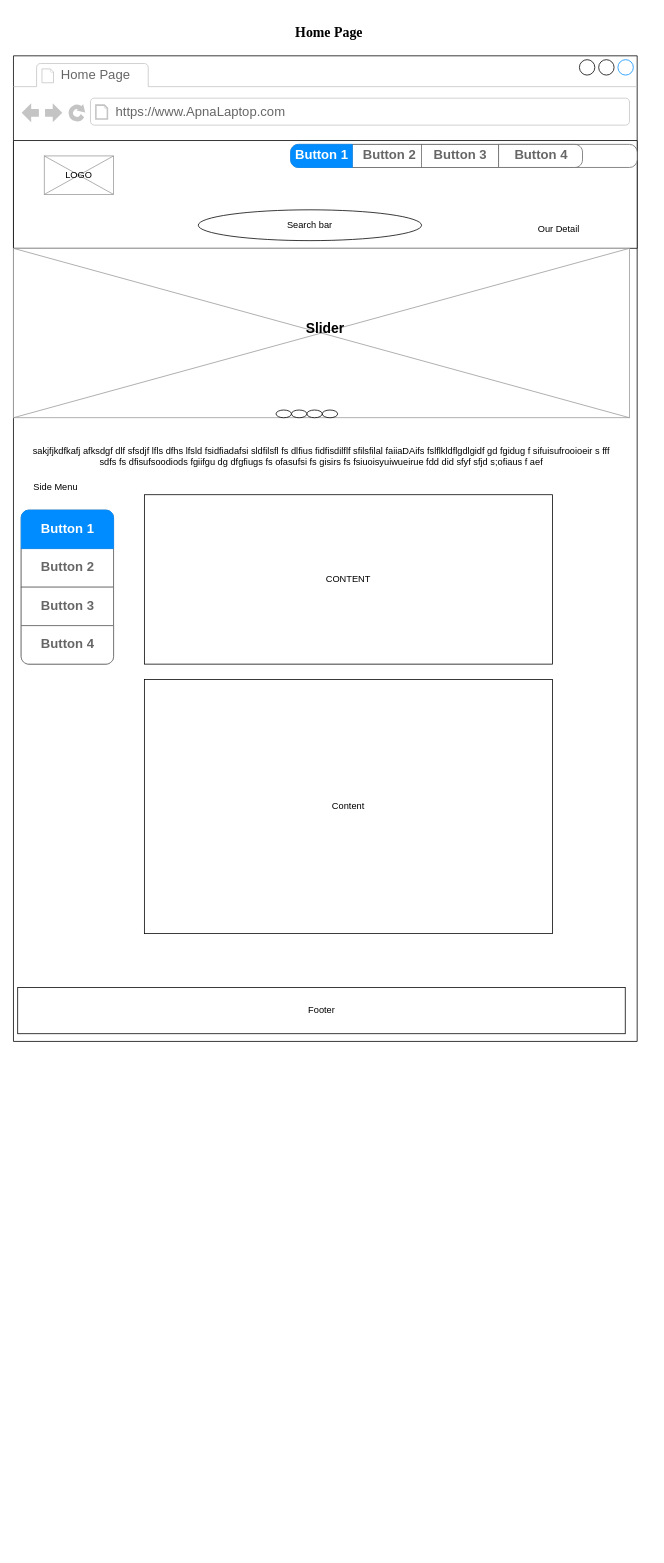
Before: HomePage.drawio in Hamza8479/Wireframe, a draw.io diagram. Source tidied: cells renumbered, new cells numbered last; positions are measured from the earlier drawing's top-left corner, leaving out a move shared by most shapes. Both pictures are drawn from the tidied source at 77%, with x=0, y=0 at pixel (13, 25).
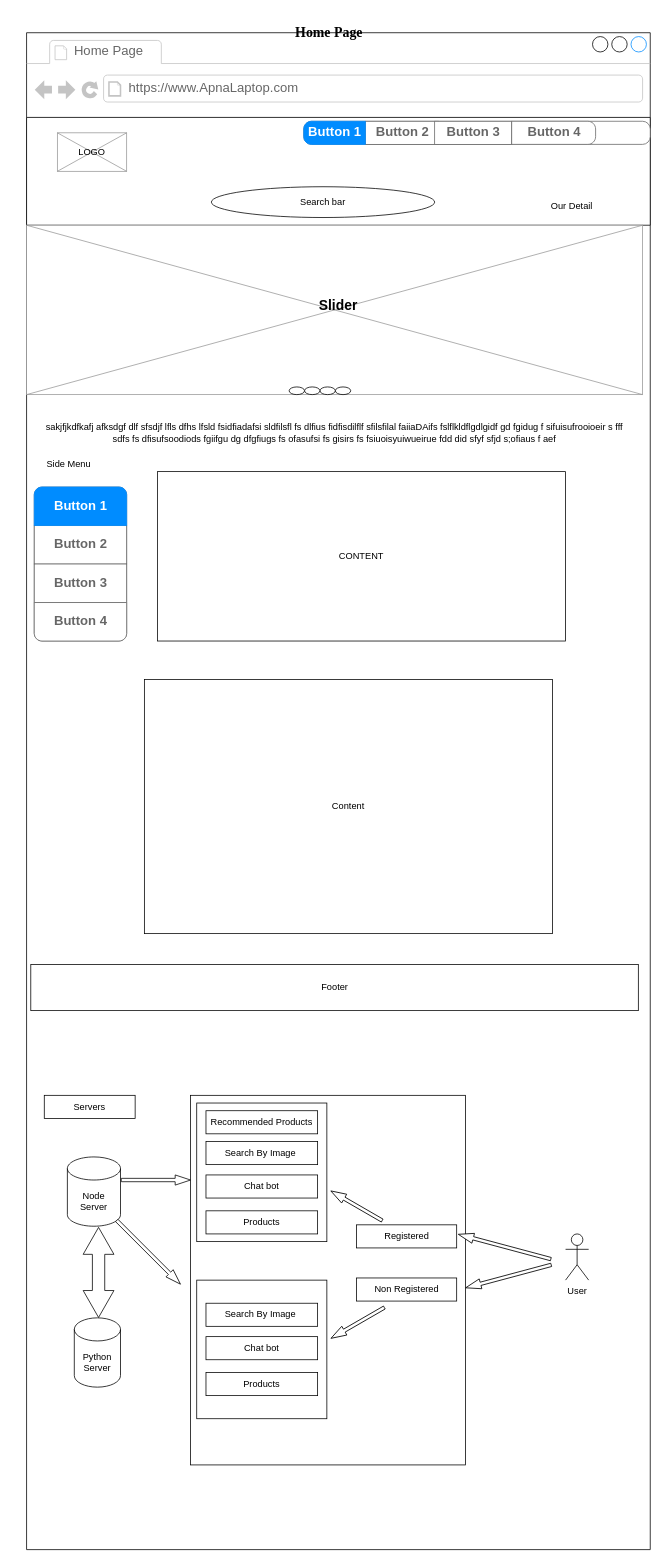
The same diagram, later.

Change to the diagram source:
```diff
@@
     <mxCell id="2" style="strokeWidth=1;shadow=0;dashed=0;align=center;html=1;shape=mxgraph.mockup.containers.browserWindow;rSize=0;strokeColor2=#008cff;strokeColor3=#c4c4c4;mainText=,;" parent="1" vertex="1">
-      <mxGeometry y="40" width="810" height="1280" as="geometry" />
+      <mxGeometry x="17" y="10" width="810" height="1970" as="geometry" />
     </mxCell>
@@
+    <mxCell id="33" value="User" style="shape=umlActor;verticalLabelPosition=bottom;verticalAlign=top;html=1;" parent="2" vertex="1">
+      <mxGeometry x="700" y="1560" width="30" height="60" as="geometry" />
+    </mxCell>
+    <mxCell id="34" value="Node&lt;br&gt;Server" style="shape=cylinder3;whiteSpace=wrap;html=1;boundedLbl=1;backgroundOutline=1;size=15;" parent="2" vertex="1">
+      <mxGeometry x="53" y="1460" width="69" height="90" as="geometry" />
+    </mxCell>
+    <mxCell id="35" value="Python Server" style="shape=cylinder3;whiteSpace=wrap;html=1;boundedLbl=1;backgroundOutline=1;size=15;" parent="2" vertex="1">
+      <mxGeometry x="62" y="1669" width="60" height="90" as="geometry" />
+    </mxCell>
+    <mxCell id="36" style="html=1;shadow=0;dashed=0;align=center;verticalAlign=middle;shape=mxgraph.arrows2.twoWayArrow;dy=0.6;dx=35;rotation=90;" parent="2" vertex="1">
+      <mxGeometry x="35" y="1590" width="117" height="40" as="geometry" />
+    </mxCell>
+    <mxCell id="37" style="rounded=0;whiteSpace=wrap;html=1;" parent="2" vertex="1">
+      <mxGeometry x="213" y="1380" width="357" height="480" as="geometry" />
+    </mxCell>
+    <mxCell id="38" style="html=1;shadow=0;dashed=0;align=center;verticalAlign=middle;shape=mxgraph.arrows2.arrow;dy=0.67;dx=20;notch=0;rotation=-165;" parent="2" vertex="1">
+      <mxGeometry x="558.6" y="1570" width="124.4" height="13.2" as="geometry" />
+    </mxCell>
+    <mxCell id="39" style="html=1;shadow=0;dashed=0;align=center;verticalAlign=middle;shape=mxgraph.arrows2.arrow;dy=0.67;dx=20;notch=0;rotation=-195;" parent="2" vertex="1">
+      <mxGeometry x="568.3" y="1608.5" width="115" height="13.2" as="geometry" />
+    </mxCell>
+    <mxCell id="40" style="html=1;shadow=0;dashed=0;align=center;verticalAlign=middle;shape=mxgraph.arrows2.arrow;dy=0.67;dx=20;notch=0;rotation=-150;" parent="2" vertex="1">
+      <mxGeometry x="390" y="1516.8" width="77" height="13.2" as="geometry" />
+    </mxCell>
+    <mxCell id="41" style="rounded=0;whiteSpace=wrap;html=1;" parent="2" vertex="1">
+      <mxGeometry x="221" y="1390" width="169" height="180" as="geometry" />
+    </mxCell>
+    <mxCell id="42" value="Recommended Products" style="rounded=0;whiteSpace=wrap;html=1;" parent="2" vertex="1">
+      <mxGeometry x="233" y="1400" width="145" height="30" as="geometry" />
+    </mxCell>
+    <mxCell id="43" value="Search By Image&amp;nbsp;" style="rounded=0;whiteSpace=wrap;html=1;" parent="2" vertex="1">
+      <mxGeometry x="233" y="1440" width="145" height="30" as="geometry" />
+    </mxCell>
+    <mxCell id="44" value="Chat bot" style="rounded=0;whiteSpace=wrap;html=1;" parent="2" vertex="1">
+      <mxGeometry x="233" y="1483.4" width="145" height="30" as="geometry" />
+    </mxCell>
+    <mxCell id="45" value="Products" style="rounded=0;whiteSpace=wrap;html=1;" parent="2" vertex="1">
+      <mxGeometry x="233" y="1530" width="145" height="30" as="geometry" />
+    </mxCell>
+    <mxCell id="46" value="&lt;span&gt;Registered&lt;/span&gt;" style="rounded=0;whiteSpace=wrap;html=1;" parent="2" vertex="1">
+      <mxGeometry x="428.6" y="1548.2" width="130" height="30" as="geometry" />
+    </mxCell>
+    <mxCell id="47" value="&lt;span&gt;Non Registered&lt;/span&gt;" style="rounded=0;whiteSpace=wrap;html=1;" parent="2" vertex="1">
+      <mxGeometry x="428.6" y="1617.2" width="130" height="30" as="geometry" />
+    </mxCell>
+    <mxCell id="48" style="rounded=0;whiteSpace=wrap;html=1;" parent="2" vertex="1">
+      <mxGeometry x="221" y="1620" width="169" height="180" as="geometry" />
+    </mxCell>
+    <mxCell id="49" style="html=1;shadow=0;dashed=0;align=center;verticalAlign=middle;shape=mxgraph.arrows2.arrow;dy=0.67;dx=20;notch=0;rotation=-210;" parent="2" vertex="1">
+      <mxGeometry x="390" y="1669" width="80" height="13.2" as="geometry" />
+    </mxCell>
+    <mxCell id="50" value="Search By Image&amp;nbsp;" style="rounded=0;whiteSpace=wrap;html=1;" parent="2" vertex="1">
+      <mxGeometry x="233" y="1650" width="145" height="30" as="geometry" />
+    </mxCell>
+    <mxCell id="51" value="Chat bot" style="rounded=0;whiteSpace=wrap;html=1;" parent="2" vertex="1">
+      <mxGeometry x="233" y="1693.4" width="145" height="30" as="geometry" />
+    </mxCell>
+    <mxCell id="52" value="Products" style="rounded=0;whiteSpace=wrap;html=1;" parent="2" vertex="1">
+      <mxGeometry x="233" y="1740" width="145" height="30" as="geometry" />
+    </mxCell>
+    <mxCell id="53" style="html=1;shadow=0;dashed=0;align=center;verticalAlign=middle;shape=mxgraph.arrows2.arrow;dy=0.67;dx=20;notch=0;rotation=0;" parent="2" vertex="1">
+      <mxGeometry x="123" y="1483.4" width="90" height="13.2" as="geometry" />
+    </mxCell>
+    <mxCell id="54" style="html=1;shadow=0;dashed=0;align=center;verticalAlign=middle;shape=mxgraph.arrows2.arrow;dy=0.67;dx=20;notch=0;rotation=45;" parent="2" vertex="1">
+      <mxGeometry x="100" y="1577.3" width="117" height="13.2" as="geometry" />
+    </mxCell>
+    <mxCell id="55" value="Servers" style="rounded=0;whiteSpace=wrap;html=1;" parent="2" vertex="1">
+      <mxGeometry x="23" y="1380" width="118" height="30" as="geometry" />
+    </mxCell>
```
